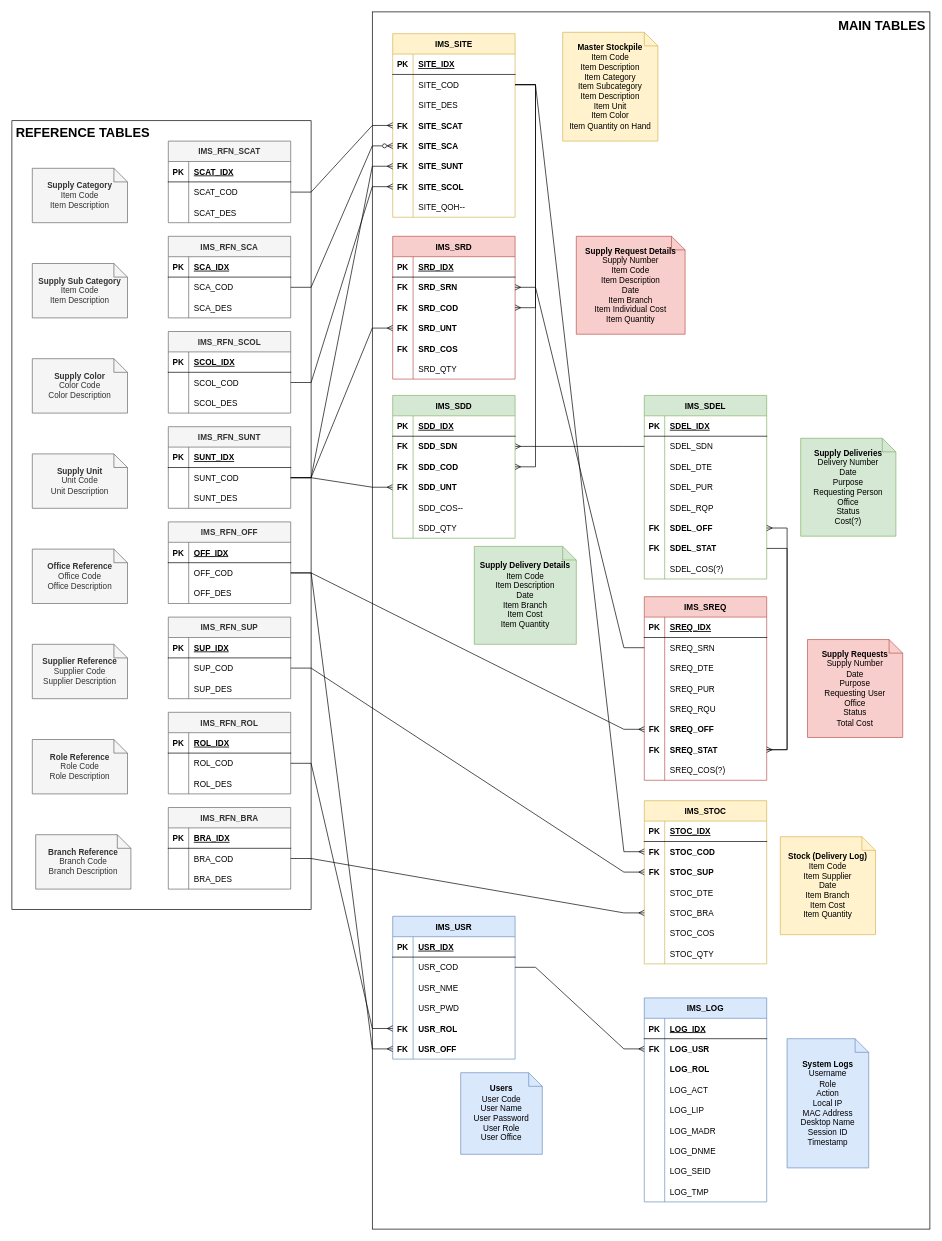
Before: docs/IMS Relational Diagram.drawio in nullblank/IMS, a draw.io diagram. Source tidied: cells renumbered, new cells numbered last; positions are measured from the earlier drawing's top-left corner, leaving out a move shared by most shapes. Both pictures are drawn from the tidied source at 68%, with x=0, y=0 at pixel (12, 12).
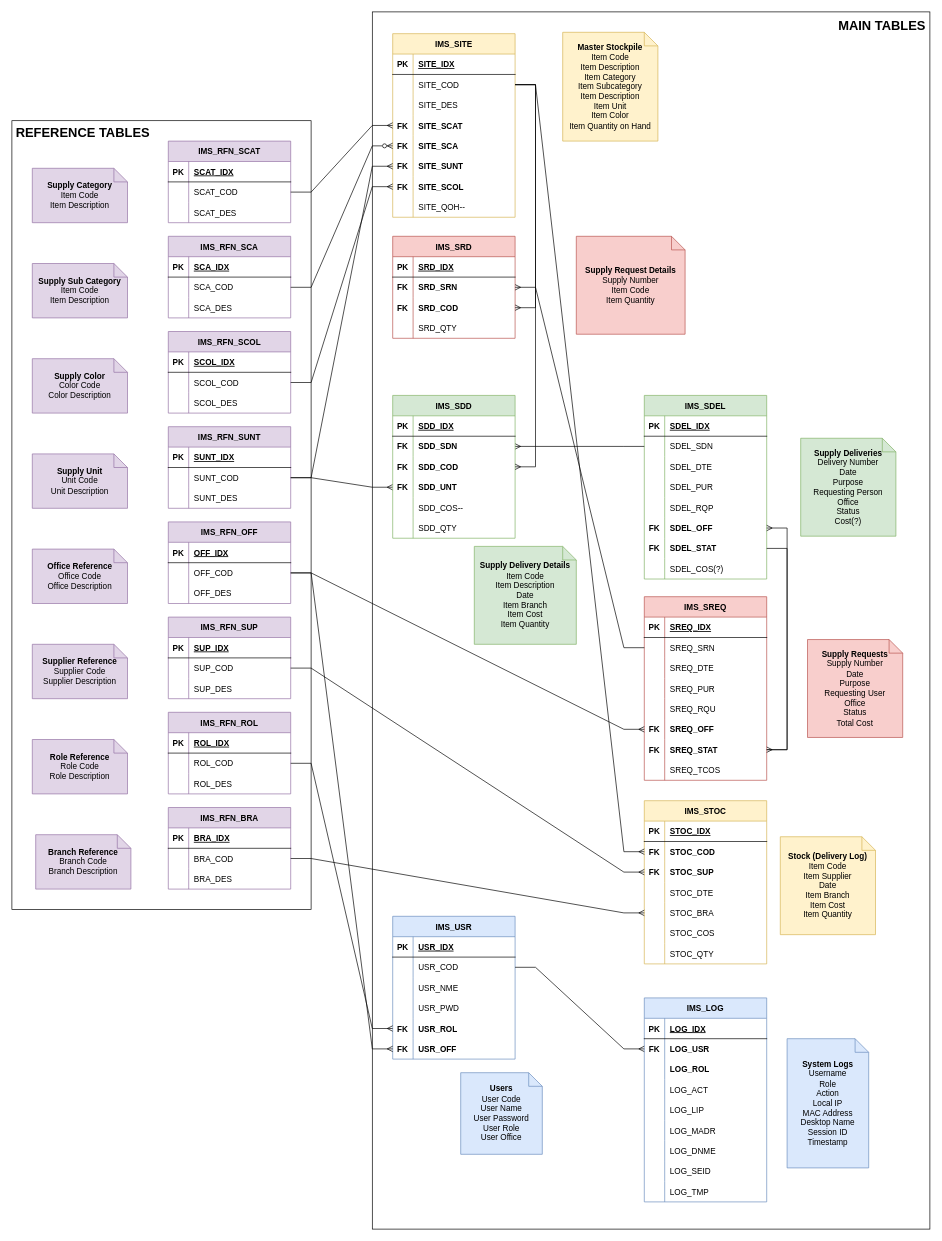
Above is the later version.

The change refers to these unchanged cells:
```xml
<mxCell id="28" style="shape=tableRow;horizontal=0;startSize=0;swimlaneHead=0;swimlaneBody=0;fillColor=none;points=[[0,0.5],[1,0.5]];portConstraint=eastwest;top=0;left=0;right=0;bottom=0;" parent="24" vertex="1">
  <mxGeometry y="60" width="180" height="30" as="geometry" />
</mxCell>
<mxCell id="96" style="shape=tableRow;horizontal=0;startSize=0;swimlaneHead=0;swimlaneBody=0;fillColor=none;top=0;left=0;right=0;bottom=0;" parent="74" vertex="1">
  <mxGeometry y="240" width="180" height="30" as="geometry" />
</mxCell>
```

What changed in the source:
```diff
@@
-    <mxCell id="4" value="IMS_RFN_SCAT" style="shape=table;startSize=30;childLayout=tableLayout;rowLines=0;fontStyle=1;align=center;fillColor=#f5f5f5;fontColor=#333333;strokeColor=#666666;" parent="1" vertex="1">
+    <mxCell id="4" value="IMS_RFN_SCAT" style="shape=table;startSize=30;childLayout=tableLayout;rowLines=0;fontStyle=1;align=center;fillColor=#e1d5e7;strokeColor=#9673a6;" parent="1" vertex="1">
       <mxGeometry x="230" y="190" width="180" height="120" as="geometry" />
     </mxCell>
@@
-    <mxCell id="14" value="IMS_RFN_SCOL" style="shape=table;startSize=30;childLayout=tableLayout;rowLines=0;fontStyle=1;align=center;fillColor=#f5f5f5;fontColor=#333333;strokeColor=#666666;" parent="1" vertex="1">
+    <mxCell id="14" value="IMS_RFN_SCOL" style="shape=table;startSize=30;childLayout=tableLayout;rowLines=0;fontStyle=1;align=center;fillColor=#e1d5e7;strokeColor=#9673a6;" parent="1" vertex="1">
       <mxGeometry x="230" y="470" width="180" height="120" as="geometry" />
     </mxCell>
@@
-    <mxCell id="24" value="IMS_RFN_SUNT" style="shape=table;startSize=30;childLayout=tableLayout;rowLines=0;fontStyle=1;align=center;fillColor=#f5f5f5;fontColor=#333333;strokeColor=#666666;" parent="1" vertex="1">
+    <mxCell id="24" value="IMS_RFN_SUNT" style="shape=table;startSize=30;childLayout=tableLayout;rowLines=0;fontStyle=1;align=center;fillColor=#e1d5e7;strokeColor=#9673a6;" parent="1" vertex="1">
       <mxGeometry x="230" y="610" width="180" height="120" as="geometry" />
     </mxCell>
@@
-    <mxCell id="35" value="&lt;b&gt;Supply Category&lt;/b&gt;&lt;br&gt;Item Code&lt;br&gt;Item Description" style="shape=note;size=20;whiteSpace=wrap;html=1;fillColor=#f5f5f5;fontColor=#333333;strokeColor=#666666;" parent="1" vertex="1">
+    <mxCell id="35" value="&lt;b&gt;Supply Category&lt;/b&gt;&lt;br&gt;Item Code&lt;br&gt;Item Description" style="shape=note;size=20;whiteSpace=wrap;html=1;fillColor=#e1d5e7;strokeColor=#9673a6;" parent="1" vertex="1">
       <mxGeometry x="30" y="230" width="140" height="80" as="geometry" />
     </mxCell>
-    <mxCell id="36" value="&lt;b&gt;Supply Color&lt;/b&gt;&lt;br&gt;Color Code&lt;br&gt;Color Description" style="shape=note;size=20;whiteSpace=wrap;html=1;fillColor=#f5f5f5;fontColor=#333333;strokeColor=#666666;" parent="1" vertex="1">
+    <mxCell id="36" value="&lt;b&gt;Supply Color&lt;/b&gt;&lt;br&gt;Color Code&lt;br&gt;Color Description" style="shape=note;size=20;whiteSpace=wrap;html=1;fillColor=#e1d5e7;strokeColor=#9673a6;" parent="1" vertex="1">
       <mxGeometry x="30" y="510" width="140" height="80" as="geometry" />
     </mxCell>
-    <mxCell id="37" value="&lt;b&gt;Supply Unit&lt;/b&gt;&lt;br&gt;Unit Code&lt;br&gt;Unit Description" style="shape=note;size=20;whiteSpace=wrap;html=1;fillColor=#f5f5f5;fontColor=#333333;strokeColor=#666666;" parent="1" vertex="1">
+    <mxCell id="37" value="&lt;b&gt;Supply Unit&lt;/b&gt;&lt;br&gt;Unit Code&lt;br&gt;Unit Description" style="shape=note;size=20;whiteSpace=wrap;html=1;fillColor=#e1d5e7;strokeColor=#9673a6;" parent="1" vertex="1">
       <mxGeometry x="30" y="650" width="140" height="80" as="geometry" />
     </mxCell>
-    <mxCell id="38" value="IMS_RFN_OFF" style="shape=table;startSize=30;childLayout=tableLayout;rowLines=0;fontStyle=1;align=center;fillColor=#f5f5f5;fontColor=#333333;strokeColor=#666666;" parent="1" vertex="1">
+    <mxCell id="38" value="IMS_RFN_OFF" style="shape=table;startSize=30;childLayout=tableLayout;rowLines=0;fontStyle=1;align=center;fillColor=#e1d5e7;strokeColor=#9673a6;" parent="1" vertex="1">
       <mxGeometry x="230" y="750" width="180" height="120" as="geometry" />
     </mxCell>
@@
-    <mxCell id="48" value="&lt;b&gt;Office Reference&lt;/b&gt;&lt;br&gt;Office Code&lt;br&gt;Office Description" style="shape=note;size=20;whiteSpace=wrap;html=1;fillColor=#f5f5f5;fontColor=#333333;strokeColor=#666666;" parent="1" vertex="1">
+    <mxCell id="48" value="&lt;b&gt;Office Reference&lt;/b&gt;&lt;br&gt;Office Code&lt;br&gt;Office Description" style="shape=note;size=20;whiteSpace=wrap;html=1;fillColor=#e1d5e7;strokeColor=#9673a6;" parent="1" vertex="1">
       <mxGeometry x="30" y="790" width="140" height="80" as="geometry" />
     </mxCell>
@@
-    <mxCell id="98" value="SREQ_COS(?)" style="shape=partialRectangle;fillColor=none;top=0;left=0;bottom=0;right=0;align=left;spacingLeft=6;overflow=hidden;" parent="96" vertex="1">
+    <mxCell id="98" value="SREQ_TCOS" style="shape=partialRectangle;fillColor=none;top=0;left=0;bottom=0;right=0;align=left;spacingLeft=6;overflow=hidden;" parent="96" vertex="1">
       <mxGeometry x="30" width="150" height="30" as="geometry" />
     </mxCell>
@@
     <mxCell id="121" value="IMS_SRD" style="shape=table;startSize=30;childLayout=tableLayout;rowLines=0;fontStyle=1;align=center;fillColor=#f8cecc;strokeColor=#b85450;" parent="1" vertex="1">
-      <mxGeometry x="560" y="330" width="180" height="210" as="geometry" />
+      <mxGeometry x="560" y="330" width="180" height="150" as="geometry" />
     </mxCell>
@@
-    <mxCell id="131" style="shape=tableRow;horizontal=0;startSize=0;swimlaneHead=0;swimlaneBody=0;fillColor=none;points=[[0,0.5],[1,0.5]];portConstraint=eastwest;top=0;left=0;right=0;bottom=0;" parent="121" vertex="1">
-      <mxGeometry y="120" width="180" height="30" as="geometry" />
-    </mxCell>
-    <mxCell id="132" value="FK" style="shape=partialRectangle;fillColor=none;top=0;left=0;bottom=0;right=0;overflow=hidden;fontStyle=1;" parent="131" vertex="1">
-      <mxGeometry width="30" height="30" as="geometry" />
-    </mxCell>
-    <mxCell id="133" value="SRD_UNT" style="shape=partialRectangle;fillColor=none;top=0;left=0;bottom=0;right=0;align=left;spacingLeft=6;overflow=hidden;fontStyle=1;" parent="131" vertex="1">
-      <mxGeometry x="30" width="150" height="30" as="geometry" />
-    </mxCell>
-    <mxCell id="134" style="shape=tableRow;horizontal=0;startSize=0;swimlaneHead=0;swimlaneBody=0;fillColor=none;top=0;left=0;right=0;bottom=0;" parent="121" vertex="1">
-      <mxGeometry y="150" width="180" height="30" as="geometry" />
-    </mxCell>
-    <mxCell id="135" value="FK" style="shape=partialRectangle;fillColor=none;top=0;left=0;bottom=0;right=0;overflow=hidden;fontStyle=1;" parent="134" vertex="1">
-      <mxGeometry width="30" height="30" as="geometry" />
-    </mxCell>
-    <mxCell id="136" value="SRD_COS" style="shape=partialRectangle;fillColor=none;top=0;left=0;bottom=0;right=0;align=left;spacingLeft=6;overflow=hidden;fontStyle=1;" parent="134" vertex="1">
-      <mxGeometry x="30" width="150" height="30" as="geometry" />
-    </mxCell>
     <mxCell id="137" style="shape=tableRow;horizontal=0;startSize=0;swimlaneHead=0;swimlaneBody=0;fillColor=none;top=0;left=0;right=0;bottom=0;" parent="121" vertex="1">
-      <mxGeometry y="180" width="180" height="30" as="geometry" />
+      <mxGeometry y="120" width="180" height="30" as="geometry" />
     </mxCell>
@@
-    <mxCell id="143" value="&lt;b&gt;Supply Request Details&lt;/b&gt;&lt;br&gt;Supply Number&lt;br&gt;Item Code&lt;br&gt;Item Description&lt;br&gt;Date&lt;br&gt;Item Branch&lt;br&gt;Item Individual Cost&lt;br&gt;Item Quantity" style="shape=note;size=20;whiteSpace=wrap;html=1;fillColor=#f8cecc;strokeColor=#b85450;" parent="1" vertex="1">
+    <mxCell id="143" value="&lt;b&gt;Supply Request Details&lt;/b&gt;&lt;br&gt;Supply Number&lt;br&gt;Item Code&lt;br&gt;Item Quantity" style="shape=note;size=20;whiteSpace=wrap;html=1;fillColor=#f8cecc;strokeColor=#b85450;" parent="1" vertex="1">
       <mxGeometry x="830" y="330" width="160" height="144" as="geometry" />
     </mxCell>
-    <mxCell id="144" value="IMS_RFN_SUP" style="shape=table;startSize=30;childLayout=tableLayout;rowLines=0;fontStyle=1;align=center;fillColor=#f5f5f5;fontColor=#333333;strokeColor=#666666;" parent="1" vertex="1">
+    <mxCell id="144" value="IMS_RFN_SUP" style="shape=table;startSize=30;childLayout=tableLayout;rowLines=0;fontStyle=1;align=center;fillColor=#e1d5e7;strokeColor=#9673a6;" parent="1" vertex="1">
       <mxGeometry x="230" y="890" width="180" height="120" as="geometry" />
     </mxCell>
@@
-    <mxCell id="154" value="&lt;b&gt;Supplier Reference&lt;/b&gt;&lt;br&gt;Supplier Code&lt;br&gt;Supplier Description" style="shape=note;size=20;whiteSpace=wrap;html=1;fillColor=#f5f5f5;fontColor=#333333;strokeColor=#666666;" parent="1" vertex="1">
+    <mxCell id="154" value="&lt;b&gt;Supplier Reference&lt;/b&gt;&lt;br&gt;Supplier Code&lt;br&gt;Supplier Description" style="shape=note;size=20;whiteSpace=wrap;html=1;fillColor=#e1d5e7;strokeColor=#9673a6;" parent="1" vertex="1">
       <mxGeometry x="30" y="930" width="140" height="80" as="geometry" />
     </mxCell>
-    <mxCell id="155" value="IMS_RFN_SCA" style="shape=table;startSize=30;childLayout=tableLayout;rowLines=0;fontStyle=1;align=center;fillColor=#f5f5f5;fontColor=#333333;strokeColor=#666666;" parent="1" vertex="1">
+    <mxCell id="155" value="IMS_RFN_SCA" style="shape=table;startSize=30;childLayout=tableLayout;rowLines=0;fontStyle=1;align=center;fillColor=#e1d5e7;strokeColor=#9673a6;" parent="1" vertex="1">
       <mxGeometry x="230" y="330" width="180" height="120" as="geometry" />
     </mxCell>
@@
-    <mxCell id="165" value="&lt;b&gt;Supply Sub Category&lt;/b&gt;&lt;br&gt;Item Code&lt;br&gt;Item Description" style="shape=note;size=20;whiteSpace=wrap;html=1;fillColor=#f5f5f5;fontColor=#333333;strokeColor=#666666;" parent="1" vertex="1">
+    <mxCell id="165" value="&lt;b&gt;Supply Sub Category&lt;/b&gt;&lt;br&gt;Item Code&lt;br&gt;Item Description" style="shape=note;size=20;whiteSpace=wrap;html=1;fillColor=#e1d5e7;strokeColor=#9673a6;" parent="1" vertex="1">
       <mxGeometry x="30" y="370" width="140" height="80" as="geometry" />
     </mxCell>
-    <mxCell id="166" value="IMS_RFN_ROL" style="shape=table;startSize=30;childLayout=tableLayout;rowLines=0;fontStyle=1;align=center;fillColor=#f5f5f5;fontColor=#333333;strokeColor=#666666;" parent="1" vertex="1">
+    <mxCell id="166" value="IMS_RFN_ROL" style="shape=table;startSize=30;childLayout=tableLayout;rowLines=0;fontStyle=1;align=center;fillColor=#e1d5e7;strokeColor=#9673a6;" parent="1" vertex="1">
       <mxGeometry x="230" y="1030" width="180" height="120" as="geometry" />
     </mxCell>
@@
-    <mxCell id="176" value="&lt;b&gt;Role Reference&lt;/b&gt;&lt;br&gt;Role Code&lt;br&gt;Role Description" style="shape=note;size=20;whiteSpace=wrap;html=1;fillColor=#f5f5f5;fontColor=#333333;strokeColor=#666666;" parent="1" vertex="1">
+    <mxCell id="176" value="&lt;b&gt;Role Reference&lt;/b&gt;&lt;br&gt;Role Code&lt;br&gt;Role Description" style="shape=note;size=20;whiteSpace=wrap;html=1;fillColor=#e1d5e7;strokeColor=#9673a6;" parent="1" vertex="1">
       <mxGeometry x="30" y="1070" width="140" height="80" as="geometry" />
     </mxCell>
@@
-    <mxCell id="226" style="edgeStyle=entityRelationEdgeStyle;rounded=0;jettySize=auto;html=1;exitX=1;exitY=0.5;exitDx=0;exitDy=0;endArrow=ERmany;endFill=0;" parent="1" edge="1" source="28" target="131">
-      <mxGeometry relative="1" as="geometry" />
-    </mxCell>
@@
-    <mxCell id="291" value="IMS_RFN_BRA" style="shape=table;startSize=30;childLayout=tableLayout;rowLines=0;fontStyle=1;align=center;fillColor=#f5f5f5;fontColor=#333333;strokeColor=#666666;" parent="1" vertex="1">
+    <mxCell id="291" value="IMS_RFN_BRA" style="shape=table;startSize=30;childLayout=tableLayout;rowLines=0;fontStyle=1;align=center;fillColor=#e1d5e7;strokeColor=#9673a6;" parent="1" vertex="1">
       <mxGeometry x="230" y="1170" width="180" height="120" as="geometry" />
     </mxCell>
@@
-    <mxCell id="301" value="&lt;b&gt;Branch Reference&lt;/b&gt;&lt;br&gt;Branch Code&lt;br&gt;Branch Description" style="shape=note;size=20;whiteSpace=wrap;html=1;fillColor=#f5f5f5;fontColor=#333333;strokeColor=#666666;" parent="1" vertex="1">
+    <mxCell id="301" value="&lt;b&gt;Branch Reference&lt;/b&gt;&lt;br&gt;Branch Code&lt;br&gt;Branch Description" style="shape=note;size=20;whiteSpace=wrap;html=1;fillColor=#e1d5e7;strokeColor=#9673a6;" parent="1" vertex="1">
       <mxGeometry x="35" y="1210" width="140" height="80" as="geometry" />
     </mxCell>
```
